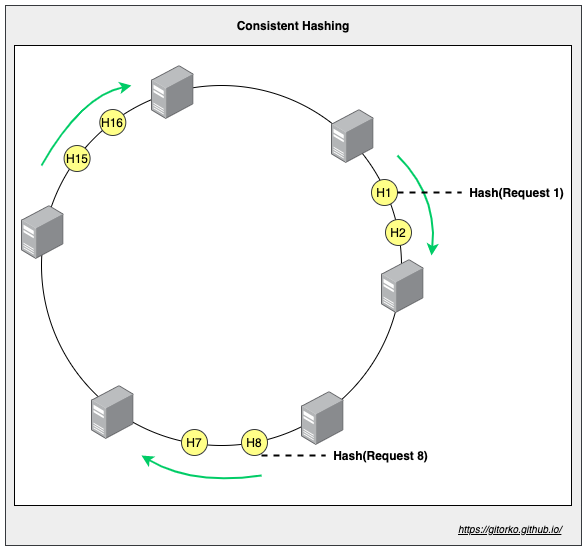
The draw.io diagram post/grokking-the-system-design-interview/consistent-hashing.png in gitorko/gitorko.github.io, before a commit. Source tidied: cells renumbered, new cells last; positions are measured from the earlier drawing's top-left corner, leaving out a move shared by most shapes. The source it was exported from:
```xml
<mxGraphModel>
  <root>
    <mxCell id="0" />
    <mxCell id="1" parent="0" />
    <mxCell id="2" style="rounded=0;whiteSpace=wrap;html=1;fillColor=#eeeeee;strokeColor=#36393d;" parent="1" vertex="1">
      <mxGeometry width="576" height="540" as="geometry" />
    </mxCell>
    <mxCell id="3" style="rounded=0;whiteSpace=wrap;html=1;" parent="1" vertex="1">
      <mxGeometry x="9" y="40" width="557" height="460" as="geometry" />
    </mxCell>
    <mxCell id="4" style="ellipse;whiteSpace=wrap;html=1;" parent="1" vertex="1">
      <mxGeometry x="36" y="80" width="360" height="360" as="geometry" />
    </mxCell>
    <mxCell id="5" style="html=1;align=center;shadow=0;dashed=0;image;image=img/lib/allied_telesis/computer_and_terminals/Server_Desktop.svg;" parent="1" vertex="1">
      <mxGeometry x="296" y="386" width="42.6" height="54" as="geometry" />
    </mxCell>
    <mxCell id="6" style="html=1;align=center;shadow=0;dashed=0;image;image=img/lib/allied_telesis/computer_and_terminals/Server_Desktop.svg;" parent="1" vertex="1">
      <mxGeometry x="16" y="200" width="42.6" height="54" as="geometry" />
    </mxCell>
    <mxCell id="7" style="html=1;align=center;shadow=0;dashed=0;image;image=img/lib/allied_telesis/computer_and_terminals/Server_Desktop.svg;" parent="1" vertex="1">
      <mxGeometry x="146" y="60" width="42.6" height="54" as="geometry" />
    </mxCell>
    <mxCell id="8" style="html=1;align=center;shadow=0;dashed=0;image;image=img/lib/allied_telesis/computer_and_terminals/Server_Desktop.svg;" parent="1" vertex="1">
      <mxGeometry x="376" y="254" width="42.6" height="54" as="geometry" />
    </mxCell>
    <mxCell id="9" style="html=1;align=center;shadow=0;dashed=0;image;image=img/lib/allied_telesis/computer_and_terminals/Server_Desktop.svg;" parent="1" vertex="1">
      <mxGeometry x="86" y="380" width="42.6" height="54" as="geometry" />
    </mxCell>
    <mxCell id="10" style="html=1;align=center;shadow=0;dashed=0;image;image=img/lib/allied_telesis/computer_and_terminals/Server_Desktop.svg;" parent="1" vertex="1">
      <mxGeometry x="326" y="104" width="42.6" height="54" as="geometry" />
    </mxCell>
    <mxCell id="11" value="H1" style="ellipse;whiteSpace=wrap;html=1;fillColor=#ffff88;strokeColor=#36393d;" parent="1" vertex="1">
      <mxGeometry x="366" y="174" width="26" height="26" as="geometry" />
    </mxCell>
    <mxCell id="12" value="H2" style="ellipse;whiteSpace=wrap;html=1;fillColor=#ffff88;strokeColor=#36393d;" parent="1" vertex="1">
      <mxGeometry x="380" y="214" width="26" height="26" as="geometry" />
    </mxCell>
    <mxCell id="13" value="H7" style="ellipse;whiteSpace=wrap;html=1;fillColor=#ffff88;strokeColor=#36393d;" parent="1" vertex="1">
      <mxGeometry x="176" y="424" width="26" height="26" as="geometry" />
    </mxCell>
    <mxCell id="14" value="H8" style="ellipse;whiteSpace=wrap;html=1;fillColor=#ffff88;strokeColor=#36393d;" parent="1" vertex="1">
      <mxGeometry x="236" y="424" width="26" height="26" as="geometry" />
    </mxCell>
    <mxCell id="15" value="H15" style="ellipse;whiteSpace=wrap;html=1;fillColor=#ffff88;strokeColor=#36393d;" parent="1" vertex="1">
      <mxGeometry x="58.6" y="140" width="26" height="26" as="geometry" />
    </mxCell>
    <mxCell id="16" value="H16" style="ellipse;whiteSpace=wrap;html=1;fillColor=#ffff88;strokeColor=#36393d;" parent="1" vertex="1">
      <mxGeometry x="94.3" y="104" width="26" height="26" as="geometry" />
    </mxCell>
    <mxCell id="17" style="curved=1;endArrow=classic;html=1;strokeWidth=2;strokeColor=#00CC66;" parent="1" edge="1">
      <mxGeometry relative="1" as="geometry">
        <mxPoint x="256" y="470" as="sourcePoint" />
        <mxPoint x="136" y="450" as="targetPoint" />
        <Array as="points">
          <mxPoint x="186" y="480" />
        </Array>
      </mxGeometry>
    </mxCell>
    <mxCell id="18" style="curved=1;endArrow=classic;html=1;strokeWidth=2;strokeColor=#00CC66;" parent="1" edge="1">
      <mxGeometry relative="1" as="geometry">
        <mxPoint x="36" y="160" as="sourcePoint" />
        <mxPoint x="126" y="80" as="targetPoint" />
        <Array as="points">
          <mxPoint x="76" y="90" />
        </Array>
      </mxGeometry>
    </mxCell>
    <mxCell id="19" style="curved=1;endArrow=classic;html=1;strokeWidth=2;strokeColor=#00CC66;" parent="1" edge="1">
      <mxGeometry relative="1" as="geometry">
        <mxPoint x="392" y="150" as="sourcePoint" />
        <mxPoint x="426" y="250" as="targetPoint" />
        <Array as="points">
          <mxPoint x="432" y="190" />
        </Array>
      </mxGeometry>
    </mxCell>
    <mxCell id="20" style="endArrow=none;dashed=1;html=1;strokeColor=#000000;strokeWidth=2;exitX=1;exitY=0.5;exitDx=0;exitDy=0;" parent="1" edge="1" source="11">
      <mxGeometry relative="1" as="geometry">
        <mxPoint x="456" y="187" as="targetPoint" />
      </mxGeometry>
    </mxCell>
    <mxCell id="21" value="Hash(Request 1)" style="text;html=1;align=center;verticalAlign=middle;fontStyle=1;" parent="1" vertex="1">
      <mxGeometry x="456" y="177" width="110" height="20" as="geometry" />
    </mxCell>
    <mxCell id="22" style="endArrow=none;dashed=1;html=1;strokeColor=#000000;strokeWidth=2;exitX=1;exitY=0.5;exitDx=0;exitDy=0;" parent="1" edge="1">
      <mxGeometry relative="1" as="geometry">
        <mxPoint x="256" y="450" as="sourcePoint" />
        <mxPoint x="320" y="450" as="targetPoint" />
      </mxGeometry>
    </mxCell>
    <mxCell id="23" value="Hash(Request 8)" style="text;html=1;align=center;verticalAlign=middle;fontStyle=1;" parent="1" vertex="1">
      <mxGeometry x="320" y="440" width="110" height="20" as="geometry" />
    </mxCell>
    <mxCell id="24" value="Consistent Hashing" style="text;html=1;strokeColor=none;fillColor=none;align=center;verticalAlign=middle;whiteSpace=wrap;rounded=0;fontStyle=1;" parent="1" vertex="1">
      <mxGeometry x="218.5" y="10" width="138" height="20" as="geometry" />
    </mxCell>
    <mxCell id="25" value="&lt;i&gt;&lt;u&gt;&lt;font style=&quot;font-size: 10px&quot;&gt;https://gitorko.github.io/&lt;/font&gt;&lt;/u&gt;&lt;/i&gt;" style="text;html=1;" parent="1" vertex="1">
      <mxGeometry x="451" y="510" width="120" height="30" as="geometry" />
    </mxCell>
  </root>
</mxGraphModel>
```
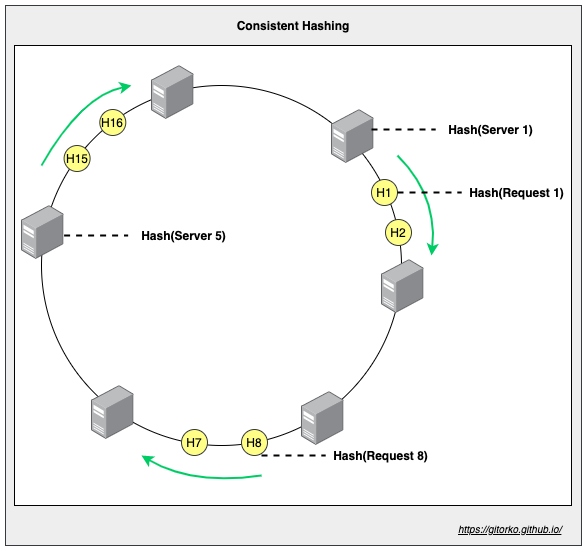
The same file after the commit.

Diff of the diagram source:
```diff
@@ -97,5 +97,23 @@
     <mxCell id="25" value="&lt;i&gt;&lt;u&gt;&lt;font style=&quot;font-size: 10px&quot;&gt;https://gitorko.github.io/&lt;/font&gt;&lt;/u&gt;&lt;/i&gt;" style="text;html=1;" parent="1" vertex="1">
       <mxGeometry x="451" y="510" width="120" height="30" as="geometry" />
     </mxCell>
+    <mxCell id="26" style="endArrow=none;dashed=1;html=1;strokeColor=#000000;strokeWidth=2;exitX=1;exitY=0.5;exitDx=0;exitDy=0;" parent="1" edge="1">
+      <mxGeometry relative="1" as="geometry">
+        <mxPoint x="366" y="124" as="sourcePoint" />
+        <mxPoint x="430" y="124" as="targetPoint" />
+      </mxGeometry>
+    </mxCell>
+    <mxCell id="27" value="Hash(Server 1)" style="text;html=1;align=center;verticalAlign=middle;fontStyle=1;" parent="1" vertex="1">
+      <mxGeometry x="435" y="114" width="100" height="20" as="geometry" />
+    </mxCell>
+    <mxCell id="28" style="endArrow=none;dashed=1;html=1;strokeColor=#000000;strokeWidth=2;exitX=1;exitY=0.5;exitDx=0;exitDy=0;" parent="1" edge="1">
+      <mxGeometry relative="1" as="geometry">
+        <mxPoint x="58.6" y="230" as="sourcePoint" />
+        <mxPoint x="122.6" y="230" as="targetPoint" />
+      </mxGeometry>
+    </mxCell>
+    <mxCell id="29" value="Hash(Server 5)" style="text;html=1;align=center;verticalAlign=middle;fontStyle=1;" parent="1" vertex="1">
+      <mxGeometry x="127.6" y="220" width="100" height="20" as="geometry" />
+    </mxCell>
   </root>
 </mxGraphModel>
```
